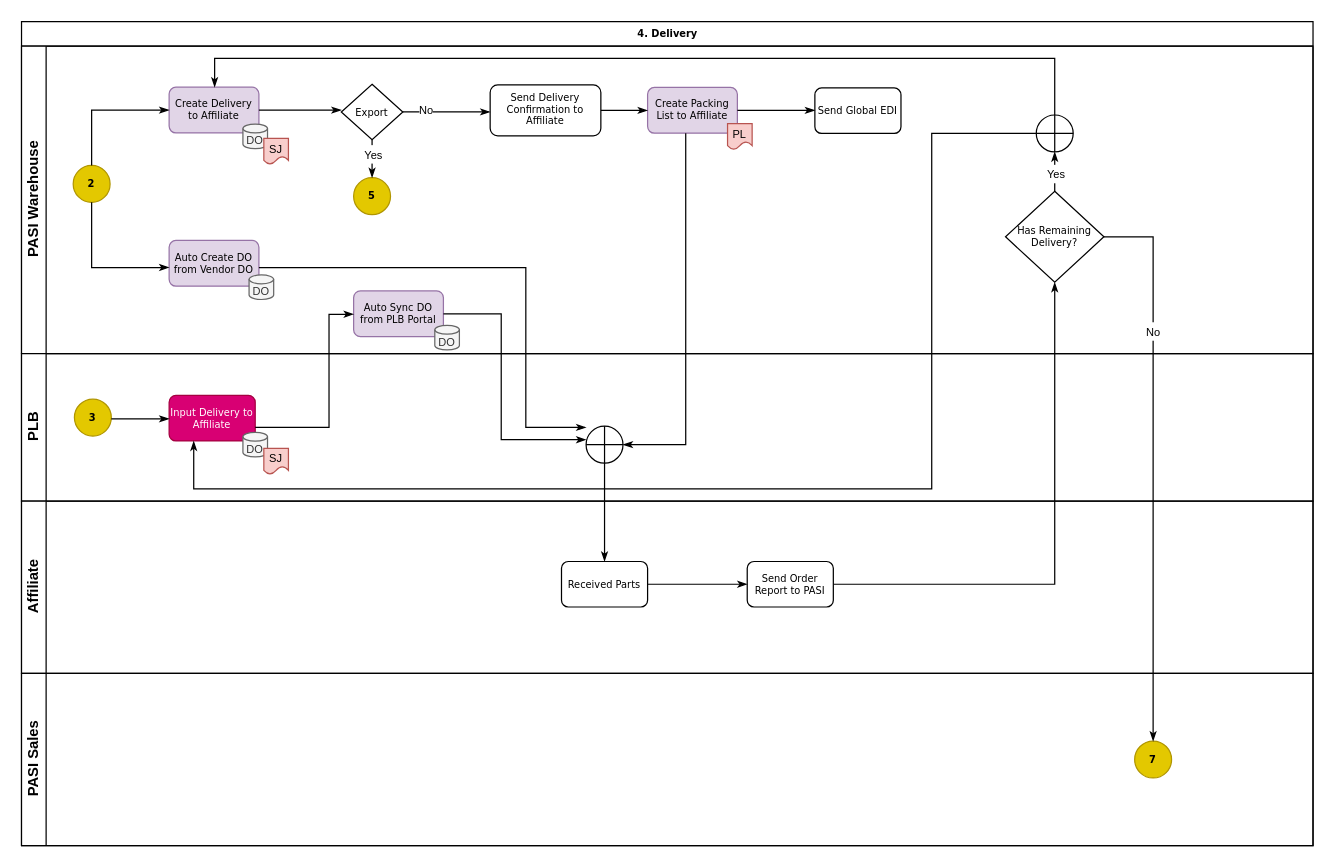
This is page "4. Delivery" (5 of 8) of PASI - PPS.drawio from hendrasaputra0501/pasi-bpa, a draw.io file, before an edit. Source tidied: cells renumbered, new cells numbered last; positions are measured from the earlier drawing's top-left corner, leaving out a move shared by most shapes. Both pictures are drawn from the tidied source at 123%, with x=0, y=0 at pixel (21, 21).
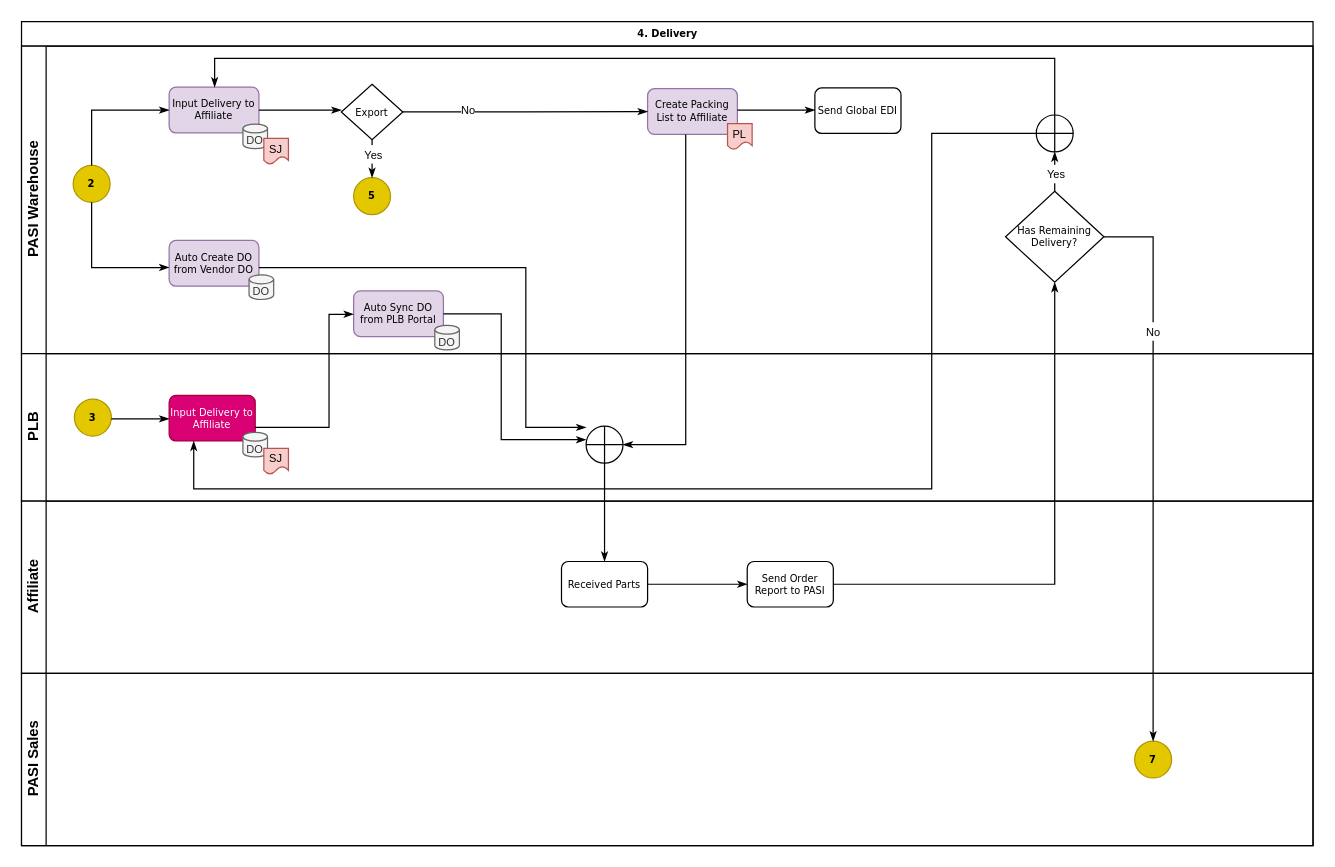
After the change.

Unchanged cells that the change refers to:
```xml
<mxCell id="3" value="PASI Warehouse" style="swimlane;html=1;startSize=20;horizontal=0;" parent="2" vertex="1">
  <mxGeometry y="20" width="1050" height="250" as="geometry" />
</mxCell>
<mxCell id="26" value="Export" style="strokeWidth=1;html=1;shape=mxgraph.flowchart.decision;whiteSpace=wrap;rounded=1;shadow=0;labelBackgroundColor=none;fontFamily=Verdana;fontSize=8;align=center;" parent="3" vertex="1">
  <mxGeometry x="260" y="31" width="50" height="45" as="geometry" />
</mxCell>
```

Change to the diagram source:
```diff
@@
-    <mxCell id="4" value="&lt;div&gt;Create Delivery to Affiliate&lt;/div&gt;" style="rounded=1;whiteSpace=wrap;html=1;shadow=0;labelBackgroundColor=none;strokeWidth=1;fontFamily=Verdana;fontSize=8;align=center;fillColor=#e1d5e7;strokeColor=#9673a6;" parent="3" vertex="1">
+    <mxCell id="4" value="&lt;div&gt;Input Delivery to Affiliate&lt;/div&gt;" style="rounded=1;whiteSpace=wrap;html=1;shadow=0;labelBackgroundColor=none;strokeWidth=1;fontFamily=Verdana;fontSize=8;align=center;fillColor=#e1d5e7;strokeColor=#9673a6;" parent="3" vertex="1">
       <mxGeometry x="120" y="33.4" width="73" height="37.2" as="geometry" />
     </mxCell>
@@
-    <mxCell id="12" value="Send Delivery Confirmation to Affiliate" style="rounded=1;whiteSpace=wrap;html=1;shadow=0;labelBackgroundColor=none;strokeWidth=1;fontFamily=Verdana;fontSize=8;align=center;" parent="3" vertex="1">
-      <mxGeometry x="381" y="31.5" width="90" height="41.5" as="geometry" />
-    </mxCell>
     <mxCell id="13" value="&lt;div&gt;Create Packing List to Affiliate&lt;/div&gt;" style="rounded=1;whiteSpace=wrap;html=1;shadow=0;labelBackgroundColor=none;strokeWidth=1;fontFamily=Verdana;fontSize=8;align=center;fillColor=#e1d5e7;strokeColor=#9673a6;" parent="3" vertex="1">
-      <mxGeometry x="509" y="33.6" width="73" height="37.2" as="geometry" />
+      <mxGeometry x="509" y="34.6" width="73" height="37.2" as="geometry" />
     </mxCell>
@@
-    <mxCell id="20" style="edgeStyle=orthogonalEdgeStyle;rounded=0;html=1;labelBackgroundColor=none;startArrow=none;startFill=0;startSize=5;endArrow=classicThin;endFill=1;endSize=5;jettySize=auto;strokeWidth=1;fontFamily=Verdana;fontSize=8;" parent="3" edge="1" source="12" target="13">
-      <mxGeometry relative="1" as="geometry">
-        <Array as="points">
-          <mxPoint x="492" y="52" />
-          <mxPoint x="492" y="52" />
-        </Array>
-      </mxGeometry>
-    </mxCell>
@@
-    <mxCell id="27" style="edgeStyle=orthogonalEdgeStyle;rounded=0;html=1;labelBackgroundColor=none;startArrow=none;startFill=0;startSize=5;endArrow=classicThin;endFill=1;endSize=5;jettySize=auto;strokeWidth=1;fontFamily=Verdana;fontSize=8;" parent="3" edge="1" source="26" target="12">
-      <mxGeometry relative="1" as="geometry">
-        <Array as="points">
-          <mxPoint x="360" y="54" />
-          <mxPoint x="360" y="54" />
-        </Array>
-      </mxGeometry>
+    <mxCell id="27" style="edgeStyle=orthogonalEdgeStyle;rounded=0;html=1;labelBackgroundColor=none;startArrow=none;startFill=0;startSize=5;endArrow=classicThin;endFill=1;endSize=5;jettySize=auto;strokeWidth=1;fontFamily=Verdana;fontSize=8;" parent="3" edge="1" source="26" target="13">
+      <mxGeometry relative="1" as="geometry" />
     </mxCell>
```
